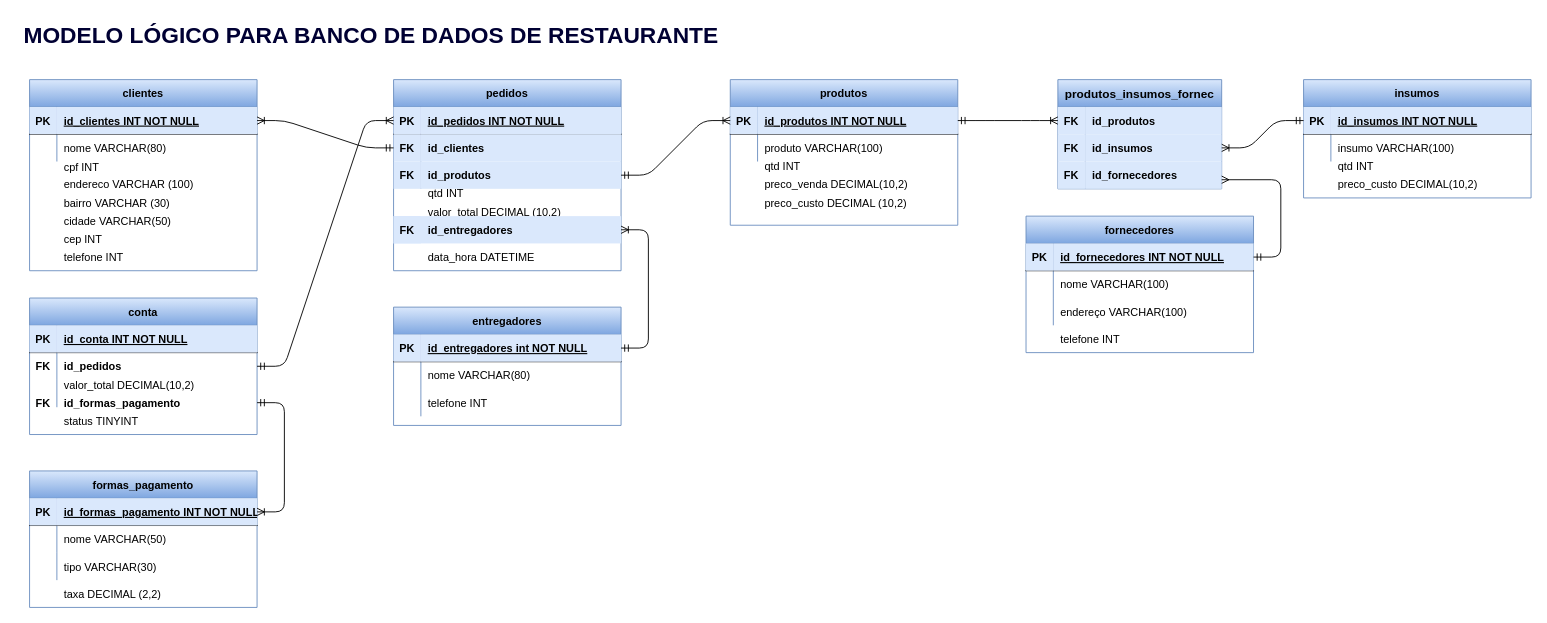
The draw.io diagram bancoDeDados1/d16-06-21-checkpoint-modelo-logico/restaurante.drawio in diego-mesiano/ctdDigitalHouse, before the edit. Source tidied: cells renumbered, new cells numbered last; positions are measured from the earlier drawing's top-left corner, leaving out a move shared by most shapes. Both pictures are drawn from the tidied source at 91%, with x=0, y=0 at pixel (15, 15).
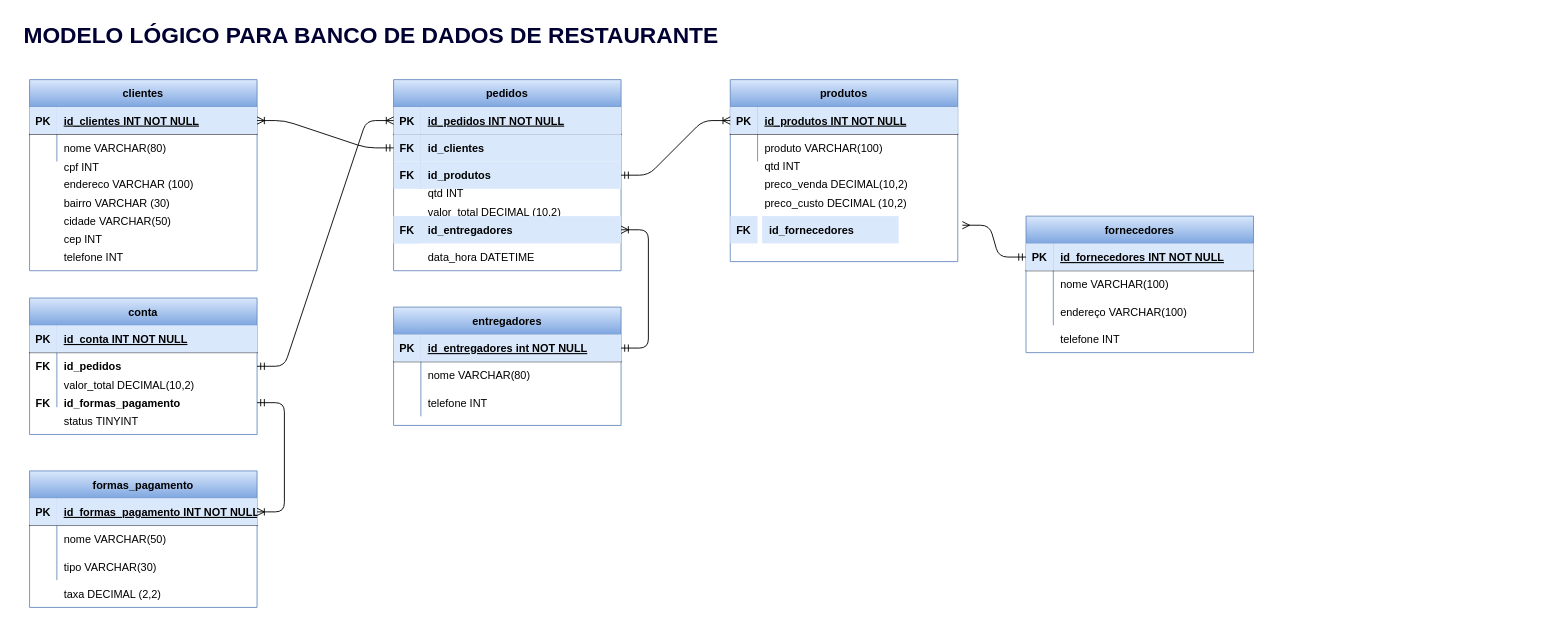
The same page after the edit.

Commit message (it also covers changes not shown here):
conclusão do checkpoint

The change refers to these unchanged cells:
```xml
<mxCell id="13" style="shape=partialRectangle;fillColor=none;points=[[0,0.5],[1,0.5]];portConstraint=eastwest;top=0;left=0;right=0;bottom=1;" parent="12" vertex="1">
  <mxGeometry y="30" width="250" height="30" as="geometry" />
</mxCell>
<mxCell id="37" style="shape=partialRectangle;fillColor=none;points=[[0,0.5],[1,0.5]];portConstraint=eastwest;top=0;left=0;right=0;bottom=1;" parent="36" vertex="1">
  <mxGeometry y="30" width="250" height="30" as="geometry" />
</mxCell>
```

Change to the diagram source:
```diff
@@
     <mxCell id="12" value="produtos" style="shape=table;startSize=30;childLayout=tableLayout;rowLines=0;fontStyle=1;align=center;gradientColor=#7ea6e0;fillColor=#dae8fc;strokeColor=#6c8ebf;" parent="1" vertex="1">
-      <mxGeometry x="785" y="70" width="250" height="160" as="geometry" />
+      <mxGeometry x="785" y="70" width="250" height="200" as="geometry" />
     </mxCell>
@@
-    <mxCell id="83" value="insumos" style="shape=table;startSize=30;childLayout=tableLayout;rowLines=0;fontStyle=1;align=center;gradientColor=#7ea6e0;fillColor=#dae8fc;strokeColor=#6c8ebf;" parent="1" vertex="1">
-      <mxGeometry x="1415" y="70" width="250" height="130" as="geometry" />
-    </mxCell>
-    <mxCell id="84" style="shape=partialRectangle;fillColor=none;points=[[0,0.5],[1,0.5]];portConstraint=eastwest;top=0;left=0;right=0;bottom=1;" parent="83" vertex="1">
-      <mxGeometry y="30" width="250" height="30" as="geometry" />
-    </mxCell>
-    <mxCell id="85" value="PK" style="shape=partialRectangle;overflow=hidden;fillColor=#dae8fc;top=0;left=0;bottom=0;right=0;fontStyle=1;strokeColor=#6c8ebf;" parent="84" vertex="1">
-      <mxGeometry width="30" height="30" as="geometry" />
-    </mxCell>
-    <mxCell id="86" value="id_insumos INT NOT NULL" style="shape=partialRectangle;overflow=hidden;fillColor=#dae8fc;top=0;left=0;bottom=0;right=0;align=left;spacingLeft=6;fontStyle=5;strokeColor=#6c8ebf;" parent="84" vertex="1">
-      <mxGeometry x="30" width="220" height="30" as="geometry" />
-    </mxCell>
-    <mxCell id="87" style="shape=partialRectangle;fillColor=none;top=0;left=0;right=0;bottom=0;" parent="83" vertex="1">
-      <mxGeometry y="60" width="250" height="30" as="geometry" />
-    </mxCell>
-    <mxCell id="88" style="shape=partialRectangle;overflow=hidden;fillColor=none;top=0;left=0;bottom=0;right=0;" parent="87" vertex="1">
-      <mxGeometry width="30" height="30" as="geometry" />
-    </mxCell>
-    <mxCell id="89" value="insumo VARCHAR(100)" style="shape=partialRectangle;overflow=hidden;fillColor=none;top=0;left=0;bottom=0;right=0;align=left;spacingLeft=6;" parent="87" vertex="1">
-      <mxGeometry x="30" width="220" height="30" as="geometry" />
-    </mxCell>
-    <mxCell id="90" value="qtd INT" style="shape=partialRectangle;overflow=hidden;fillColor=none;top=0;left=0;bottom=0;right=0;align=left;spacingLeft=6;" parent="1" vertex="1">
-      <mxGeometry x="1445" y="150" width="220" height="30" as="geometry" />
-    </mxCell>
-    <mxCell id="91" value="preco_custo DECIMAL(10,2)" style="shape=partialRectangle;overflow=hidden;fillColor=none;top=0;left=0;bottom=0;right=0;align=left;spacingLeft=6;" parent="1" vertex="1">
-      <mxGeometry x="1445" y="170" width="220" height="30" as="geometry" />
-    </mxCell>
-    <mxCell id="92" value="produtos_insumos_fornec" style="shape=table;startSize=30;childLayout=tableLayout;rowLines=0;fontStyle=1;align=center;fontSize=13;gradientColor=#7ea6e0;fillColor=#dae8fc;strokeColor=#6c8ebf;" parent="1" vertex="1">
-      <mxGeometry x="1145" y="70" width="180" height="120" as="geometry" />
-    </mxCell>
-    <mxCell id="93" style="shape=partialRectangle;fillColor=none;top=0;left=0;bottom=0;right=0;" parent="92" vertex="1">
-      <mxGeometry y="30" width="180" height="30" as="geometry" />
-    </mxCell>
-    <mxCell id="94" style="shape=partialRectangle;fillColor=none;top=0;left=0;bottom=0;right=0;overflow=hidden;" parent="93" vertex="1">
-      <mxGeometry width="30" height="30" as="geometry" />
-    </mxCell>
-    <mxCell id="95" value="id_produtos" style="shape=partialRectangle;fillColor=#dae8fc;top=0;left=0;bottom=0;right=0;align=left;spacingLeft=6;overflow=hidden;fontStyle=1;strokeColor=#6c8ebf;" parent="93" vertex="1">
-      <mxGeometry x="30" width="150" height="30" as="geometry" />
-    </mxCell>
-    <mxCell id="96" style="shape=partialRectangle;fillColor=none;top=0;left=0;bottom=0;right=0;points=[[0,0.5],[1,0.5]];portConstraint=eastwest;" parent="92" vertex="1">
-      <mxGeometry y="60" width="180" height="30" as="geometry" />
-    </mxCell>
-    <mxCell id="97" style="shape=partialRectangle;fillColor=none;top=0;left=0;bottom=0;right=0;overflow=hidden;" parent="96" vertex="1">
-      <mxGeometry width="30" height="30" as="geometry" />
-    </mxCell>
-    <mxCell id="98" value="id_insumos" style="shape=partialRectangle;fillColor=#dae8fc;top=0;left=0;bottom=0;right=0;align=left;spacingLeft=6;overflow=hidden;fontStyle=1;strokeColor=#6c8ebf;" parent="96" vertex="1">
-      <mxGeometry x="30" width="150" height="30" as="geometry" />
-    </mxCell>
-    <mxCell id="99" style="shape=partialRectangle;fillColor=none;top=0;left=0;bottom=0;right=0;" parent="92" vertex="1">
-      <mxGeometry y="90" width="180" height="30" as="geometry" />
-    </mxCell>
-    <mxCell id="100" style="shape=partialRectangle;fillColor=none;top=0;left=0;bottom=0;right=0;overflow=hidden;" parent="99" vertex="1">
-      <mxGeometry width="30" height="30" as="geometry" />
-    </mxCell>
-    <mxCell id="101" style="shape=partialRectangle;fillColor=none;top=0;left=0;bottom=0;right=0;align=left;spacingLeft=6;overflow=hidden;" parent="99" vertex="1">
-      <mxGeometry x="30" width="150" height="30" as="geometry" />
-    </mxCell>
-    <mxCell id="102" value="FK" style="shape=partialRectangle;overflow=hidden;fillColor=#dae8fc;top=0;left=0;bottom=0;right=0;fontStyle=1;strokeColor=#6c8ebf;" parent="1" vertex="1">
-      <mxGeometry x="1145" y="100" width="30" height="30" as="geometry" />
-    </mxCell>
-    <mxCell id="103" value="FK" style="shape=partialRectangle;overflow=hidden;fillColor=#dae8fc;top=0;left=0;bottom=0;right=0;fontStyle=1;strokeColor=#6c8ebf;" parent="1" vertex="1">
-      <mxGeometry x="1145" y="130" width="30" height="30" as="geometry" />
-    </mxCell>
@@
     <mxCell id="122" value="id_fornecedores" style="shape=partialRectangle;fillColor=#dae8fc;top=0;left=0;bottom=0;right=0;align=left;spacingLeft=6;overflow=hidden;fontStyle=1;strokeColor=#6c8ebf;" parent="1" vertex="1">
-      <mxGeometry x="1175" y="160" width="150" height="30" as="geometry" />
+      <mxGeometry x="820" y="220" width="150" height="30" as="geometry" />
     </mxCell>
     <mxCell id="123" value="FK" style="shape=partialRectangle;overflow=hidden;fillColor=#dae8fc;top=0;left=0;bottom=0;right=0;fontStyle=1;strokeColor=#6c8ebf;" parent="1" vertex="1">
-      <mxGeometry x="1145" y="160" width="30" height="30" as="geometry" />
+      <mxGeometry x="785" y="220" width="30" height="30" as="geometry" />
     </mxCell>
@@
-    <mxCell id="148" style="edgeStyle=entityRelationEdgeStyle;fontSize=12;html=1;endArrow=ERoneToMany;startArrow=ERmandOne;entryX=1;entryY=0.5;entryDx=0;entryDy=0;exitX=0;exitY=0.5;exitDx=0;exitDy=0;" parent="1" edge="1" source="84" target="96">
-      <mxGeometry relative="1" as="geometry" />
-    </mxCell>
-    <mxCell id="149" style="edgeStyle=entityRelationEdgeStyle;fontSize=12;html=1;endArrow=ERoneToMany;startArrow=ERmandOne;exitX=1;exitY=0.5;exitDx=0;exitDy=0;" parent="1" edge="1" source="13">
-      <mxGeometry relative="1" as="geometry">
-        <mxPoint x="1145" y="115" as="targetPoint" />
-      </mxGeometry>
-    </mxCell>
     <mxCell id="150" style="edgeStyle=entityRelationEdgeStyle;fontSize=12;html=1;endArrow=ERmandOne;startArrow=ERmany;startFill=0;endFill=0;" parent="1" edge="1" target="37">
       <mxGeometry relative="1" as="geometry">
-        <mxPoint x="1325" y="180" as="sourcePoint" />
+        <mxPoint x="1040" y="230" as="sourcePoint" />
       </mxGeometry>
     </mxCell>
```
